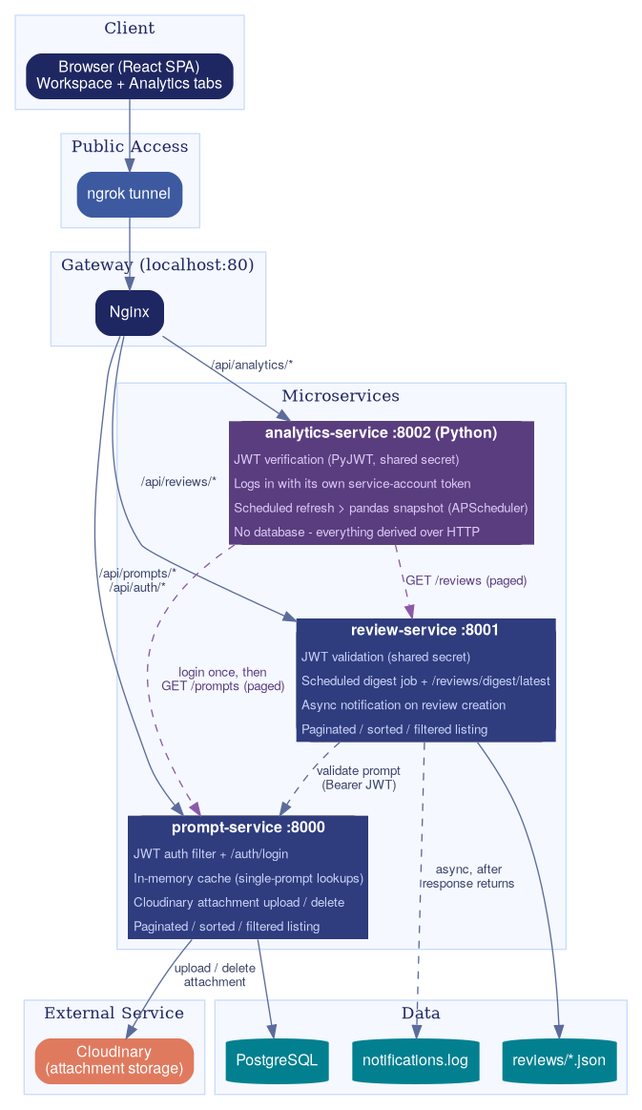
This is docs/architecture.png from salehayasir/prompt-manager, a Graphviz export, as it was before one commit. Its source is kept beside it as docs/architecture.dot.
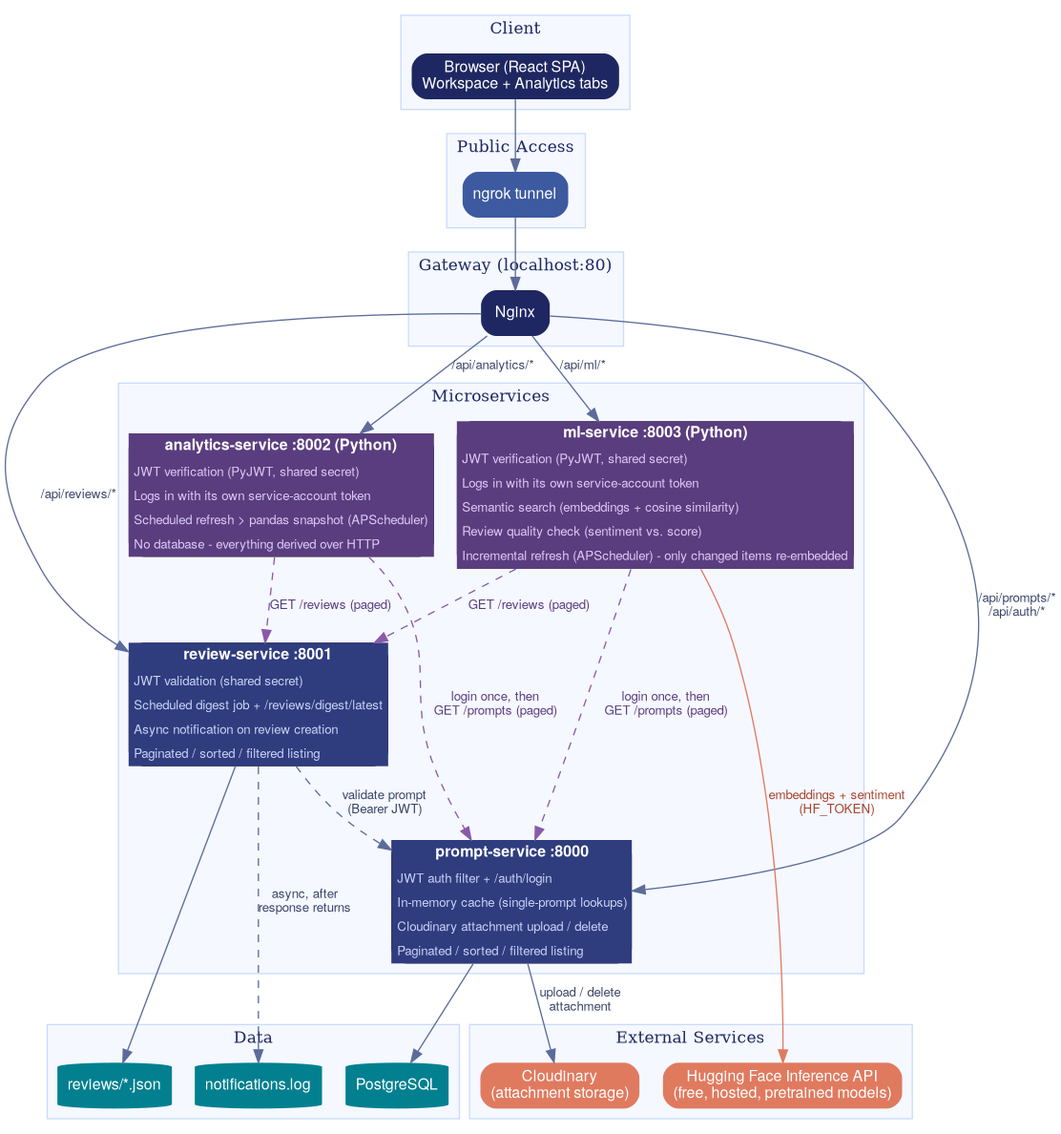
The same diagram one commit later.

Diff of the diagram source:
```diff
@@ -55,12 +55,24 @@
         <TR><TD ALIGN="LEFT"><FONT COLOR="#dcc9f7" POINT-SIZE="10">No database - everything derived over HTTP</FONT></TD></TR>
       </TABLE>
     >];
+
+    MlService [shape=plain, label=<
+      <TABLE BORDER="0" CELLBORDER="0" CELLSPACING="0" CELLPADDING="4" BGCOLOR="#5a3d7e">
+        <TR><TD ALIGN="CENTER"><FONT COLOR="white" POINT-SIZE="12"><B>ml-service :8003 (Python)</B></FONT></TD></TR>
+        <TR><TD ALIGN="LEFT"><FONT COLOR="#dcc9f7" POINT-SIZE="10">JWT verification (PyJWT, shared secret)</FONT></TD></TR>
+        <TR><TD ALIGN="LEFT"><FONT COLOR="#dcc9f7" POINT-SIZE="10">Logs in with its own service-account token</FONT></TD></TR>
+        <TR><TD ALIGN="LEFT"><FONT COLOR="#dcc9f7" POINT-SIZE="10">Semantic search (embeddings + cosine similarity)</FONT></TD></TR>
+        <TR><TD ALIGN="LEFT"><FONT COLOR="#dcc9f7" POINT-SIZE="10">Review quality check (sentiment vs. score)</FONT></TD></TR>
+        <TR><TD ALIGN="LEFT"><FONT COLOR="#dcc9f7" POINT-SIZE="10">Incremental refresh (APScheduler) - only changed items re-embedded</FONT></TD></TR>
+      </TABLE>
+    >];
   }
 
   subgraph cluster_external {
-    label="External Service";
+    label="External Services";
     style=filled; color="#cadcfc"; fillcolor="#f5f8ff"; fontcolor="#1e2761"; fontsize=13;
     Cloudinary [label="Cloudinary\n(attachment storage)", fillcolor="#e07a5f", fontcolor=white];
+    HuggingFace [label="Hugging Face Inference API\n(free, hosted, pretrained models)", fillcolor="#e07a5f", fontcolor=white];
   }
 
   subgraph cluster_data {
@@ -76,9 +88,13 @@
   Nginx -> PromptService [label="/api/prompts/*\n/api/auth/*"];
   Nginx -> ReviewService [label="/api/reviews/*"];
   Nginx -> AnalyticsService [label="/api/analytics/*"];
+  Nginx -> MlService [label="/api/ml/*"];
   ReviewService -> PromptService [label="validate prompt\n(Bearer JWT)", style=dashed];
   AnalyticsService -> PromptService [label="login once, then\nGET /prompts (paged)", style=dashed, color="#8a5aa8", fontcolor="#5a3d7e"];
   AnalyticsService -> ReviewService [label="GET /reviews (paged)", style=dashed, color="#8a5aa8", fontcolor="#5a3d7e"];
+  MlService -> PromptService [label="login once, then\nGET /prompts (paged)", style=dashed, color="#8a5aa8", fontcolor="#5a3d7e"];
+  MlService -> ReviewService [label="GET /reviews (paged)", style=dashed, color="#8a5aa8", fontcolor="#5a3d7e"];
+  MlService -> HuggingFace [label="embeddings + sentiment\n(HF_TOKEN)", color="#e07a5f", fontcolor="#a8442c"];
   PromptService -> Postgres;
   PromptService -> Cloudinary [label="upload / delete\nattachment"];
   ReviewService -> JsonStore;
```
